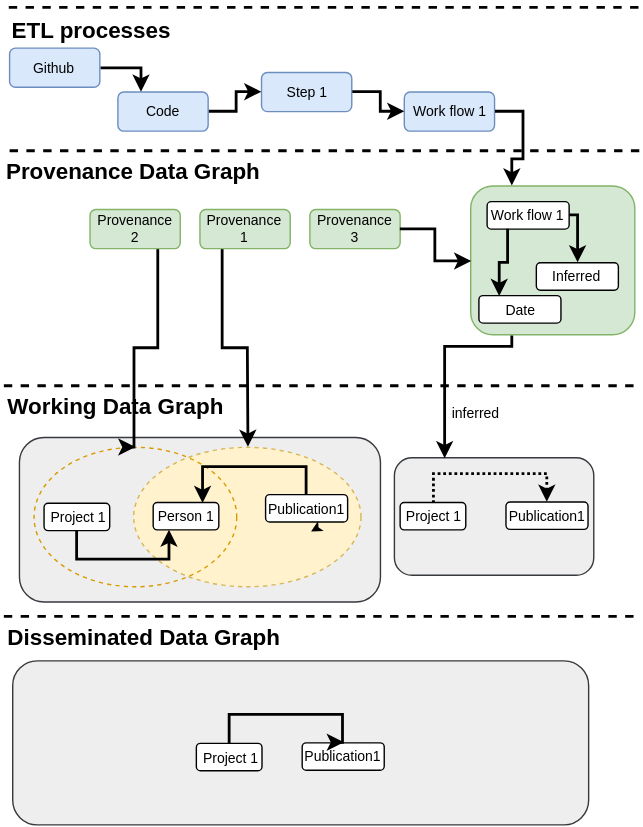
ATTX-project/ATTX-project.github.io keeps this draw.io diagram as images/ontology_usecase.svg. Above is the earlier version. Source tidied: cells renumbered, new cells last; positions are measured from the earlier drawing's top-left corner, leaving out a move shared by most shapes.
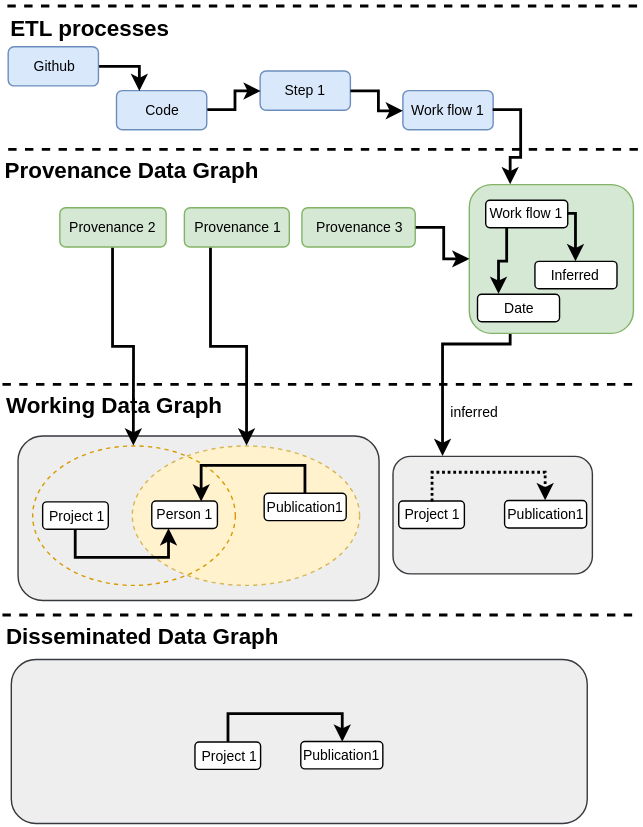
The same diagram one commit later.

Change to the diagram source:
```diff
@@ -41,22 +41,17 @@
     <mxCell id="14" style="edgeStyle=orthogonalEdgeStyle;rounded=0;html=1;exitX=1;exitY=0.5;jettySize=auto;strokeWidth=2;fontSize=22;" parent="3" edge="1" source="12" target="13">
       <mxGeometry relative="1" as="geometry" />
     </mxCell>
-    <mxCell id="15" style="edgeStyle=orthogonalEdgeStyle;rounded=0;html=1;exitX=0.75;exitY=1;entryX=0.5;entryY=0;jettySize=auto;strokeWidth=2;fontSize=22;" parent="3" edge="1" source="16" target="6">
-      <mxGeometry relative="1" as="geometry">
-        <Array as="points">
-          <mxPoint x="109.6" y="245.7" />
-          <mxPoint x="93.2" y="245.7" />
-        </Array>
-      </mxGeometry>
+    <mxCell id="15" style="edgeStyle=orthogonalEdgeStyle;rounded=0;html=1;exitX=0.5;exitY=1;jettySize=auto;strokeWidth=2;fontSize=10;" parent="3" edge="1" source="16" target="6">
+      <mxGeometry relative="1" as="geometry" />
     </mxCell>
     <mxCell id="16" value="Provenance 2" style="rounded=1;whiteSpace=wrap;html=1;fillColor=#d5e8d4;fontSize=10;strokeColor=#82b366;" parent="3" vertex="1">
-      <mxGeometry x="61.6" y="147.2" width="64.5" height="28" as="geometry" />
+      <mxGeometry x="41" y="147" width="76" height="28" as="geometry" />
     </mxCell>
     <mxCell id="17" style="edgeStyle=orthogonalEdgeStyle;rounded=0;html=1;exitX=0.25;exitY=1;jettySize=auto;strokeWidth=2;fontSize=16;" parent="3" edge="1" source="18" target="5">
       <mxGeometry relative="1" as="geometry" />
     </mxCell>
     <mxCell id="18" value="Provenance 1" style="rounded=1;whiteSpace=wrap;html=1;fillColor=#d5e8d4;fontSize=10;strokeColor=#82b366;" parent="3" vertex="1">
-      <mxGeometry x="140.1" y="147.2" width="64.5" height="28" as="geometry" />
+      <mxGeometry x="130" y="147" width="75" height="28" as="geometry" />
     </mxCell>
     <mxCell id="19" style="whiteSpace=wrap;html=1;fontSize=16;fillColor=#eeeeee;strokeColor=#36393d;rounded=1;" parent="3" vertex="1">
       <mxGeometry x="279.1" y="324.7" width="142.5" height="84" as="geometry" />
@@ -67,12 +62,6 @@
     <mxCell id="21" style="edgeStyle=orthogonalEdgeStyle;rounded=0;html=1;exitX=0.5;exitY=1;entryX=0.5;entryY=1;jettySize=auto;orthogonalLoop=1;strokeWidth=3;fontSize=16;" parent="3" edge="1" source="11" target="11">
       <mxGeometry relative="1" as="geometry" />
     </mxCell>
-    <mxCell id="22" style="edgeStyle=orthogonalEdgeStyle;rounded=0;html=1;exitX=0.5;exitY=1;entryX=0.5;entryY=1;jettySize=auto;orthogonalLoop=1;strokeWidth=3;fontSize=16;" parent="3" edge="1">
-      <mxGeometry x="222.1" y="375.9" as="geometry">
-        <mxPoint x="222.1" y="375.9" as="sourcePoint" />
-        <mxPoint x="222.1" y="375.9" as="targetPoint" />
-      </mxGeometry>
-    </mxCell>
     <mxCell id="23" value="Publication1" style="rounded=1;whiteSpace=wrap;html=1;fontSize=10;" parent="3" vertex="1">
       <mxGeometry x="358.8" y="356.2" width="58.6" height="19.6" as="geometry" />
     </mxCell>
@@ -91,7 +80,7 @@
       <mxGeometry x="81.5" y="63.3" width="64.5" height="28" as="geometry" />
     </mxCell>
     <mxCell id="27" value="Provenance 3" style="rounded=1;whiteSpace=wrap;html=1;fillColor=#d5e8d4;fontSize=10;strokeColor=#82b366;" parent="3" vertex="1">
-      <mxGeometry x="218.7" y="147.2" width="64.5" height="28" as="geometry" />
+      <mxGeometry x="214" y="147" width="81" height="28" as="geometry" />
     </mxCell>
     <mxCell id="28" style="edgeStyle=orthogonalEdgeStyle;rounded=0;html=1;exitX=0.25;exitY=1;entryX=0.25;entryY=0;jettySize=auto;strokeWidth=2;fontSize=22;" parent="3" edge="1" source="29" target="19">
       <mxGeometry relative="1" as="geometry">
```
